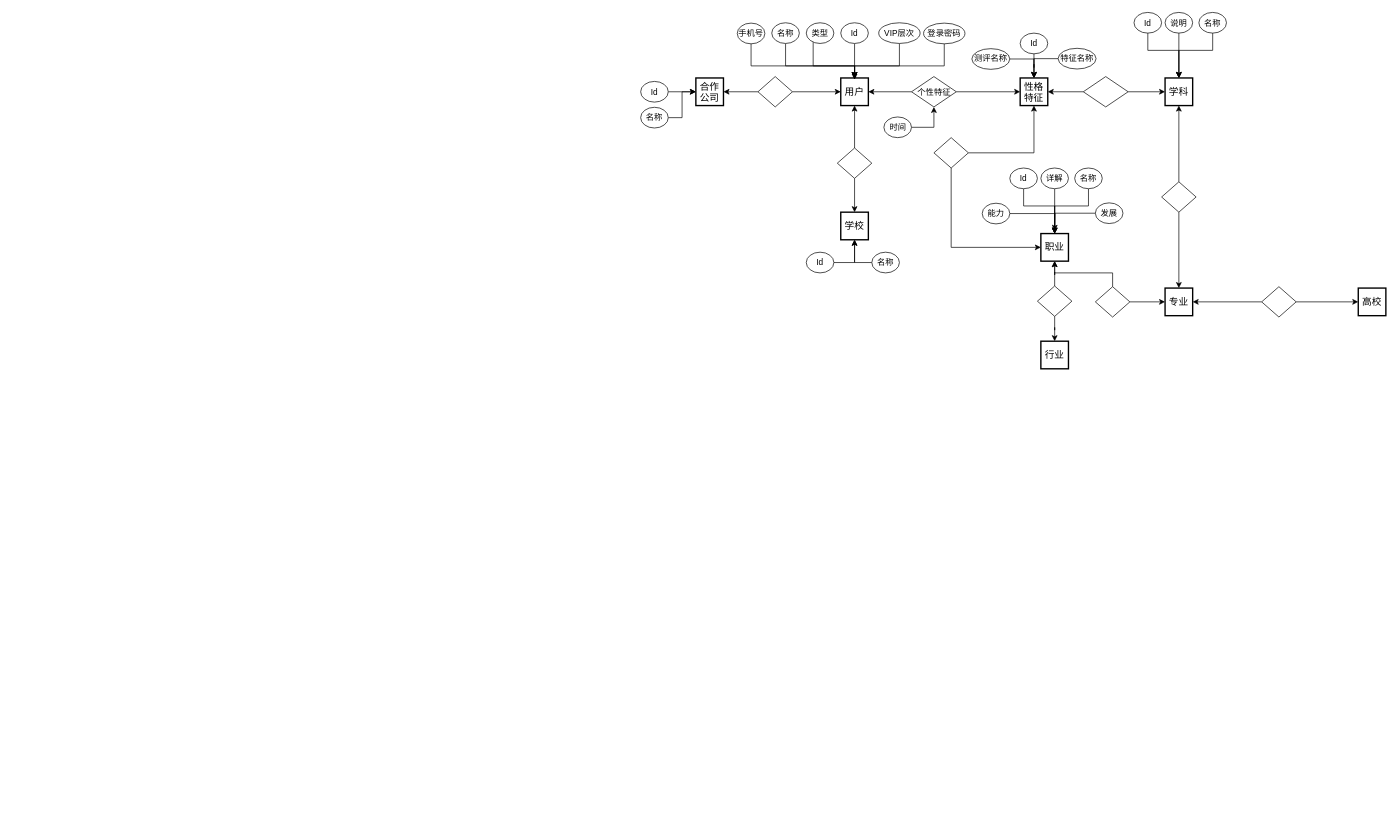
Above: ER.drawio in lry198010/ACES (draw.io), before the change. Source tidied: cells renumbered, new cells numbered last; positions are measured from the earlier drawing's top-left corner, leaving out a move shared by most shapes. Both pictures are drawn from the tidied source at 69%, with x=0, y=0 at pixel (640, 12).
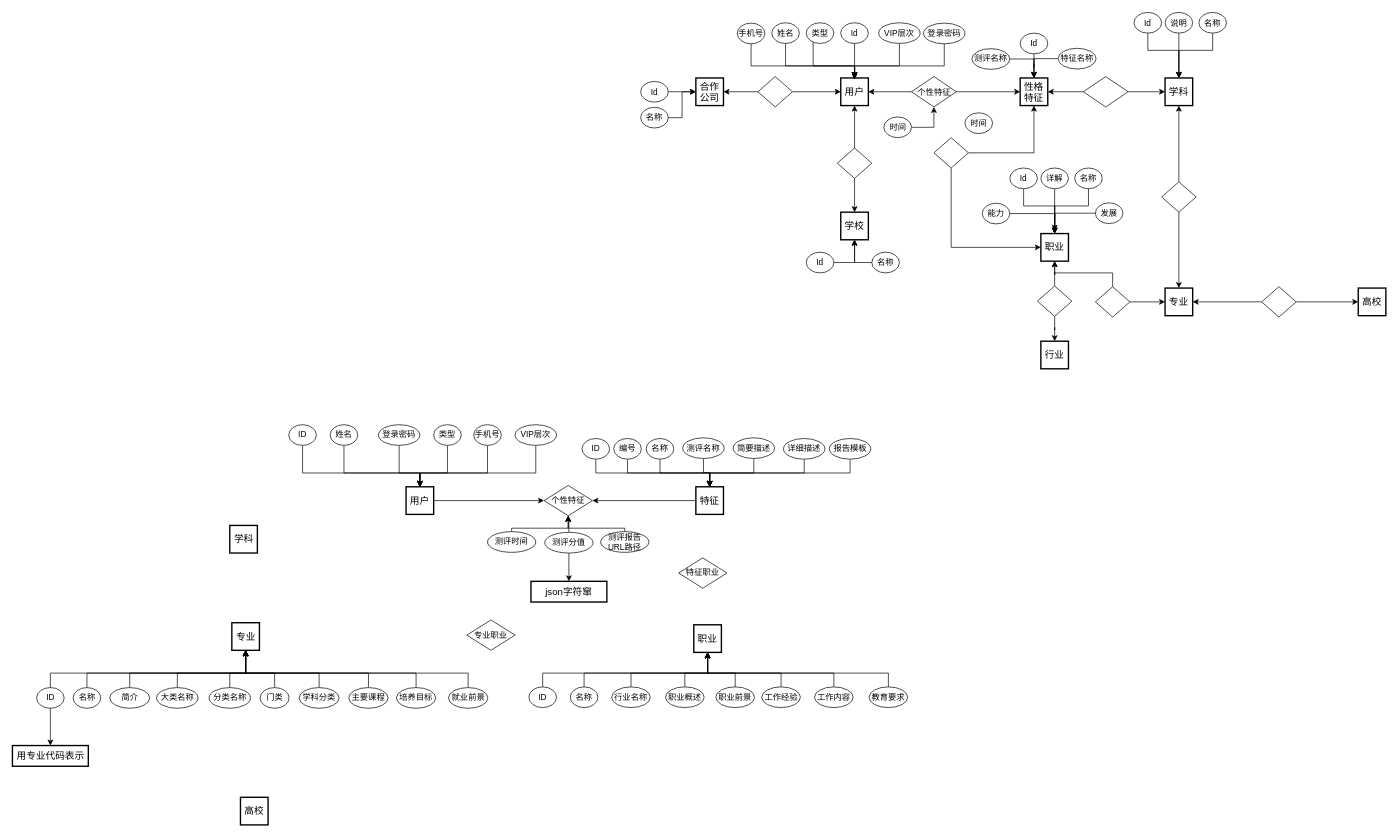
Above is the later version.

Commit message:
重新设计，添加选课报告系统的ER图. ER.drawio

The edit, as a diff of the source:
```diff
@@
-    <mxCell id="68" value="名称" style="ellipse;whiteSpace=wrap;html=1;" parent="1" vertex="1">
+    <mxCell id="68" value="姓名" style="ellipse;whiteSpace=wrap;html=1;" parent="1" vertex="1">
       <mxGeometry x="190" y="15.5" width="40" height="30" as="geometry" />
     </mxCell>
@@
+    <mxCell id="83" value="时间" style="ellipse;whiteSpace=wrap;html=1;" parent="1" vertex="1">
+      <mxGeometry x="470" y="146" width="40" height="30" as="geometry" />
+    </mxCell>
+    <mxCell id="84" style="edgeStyle=orthogonalEdgeStyle;rounded=0;jettySize=auto;html=1;entryX=1;entryY=0.5;entryDx=0;entryDy=0;" parent="1" edge="1" source="85" target="102">
+      <mxGeometry relative="1" as="geometry" />
+    </mxCell>
+    <mxCell id="85" value="特征" style="strokeWidth=2;whiteSpace=wrap;html=1;align=center;fontSize=14;" parent="1" vertex="1">
+      <mxGeometry x="80" y="688" width="40" height="40" as="geometry" />
+    </mxCell>
+    <mxCell id="86" style="edgeStyle=orthogonalEdgeStyle;rounded=0;jettySize=auto;html=1;entryX=0.5;entryY=0;entryDx=0;entryDy=0;" parent="1" edge="1" source="87" target="85">
+      <mxGeometry relative="1" as="geometry">
+        <Array as="points">
+          <mxPoint x="-65" y="668" />
+          <mxPoint x="100" y="668" />
+        </Array>
+      </mxGeometry>
+    </mxCell>
+    <mxCell id="87" value="ID" style="ellipse;whiteSpace=wrap;html=1;" parent="1" vertex="1">
+      <mxGeometry x="-85" y="618" width="40" height="30" as="geometry" />
+    </mxCell>
+    <mxCell id="88" style="edgeStyle=orthogonalEdgeStyle;rounded=0;jettySize=auto;html=1;entryX=0.5;entryY=0;entryDx=0;entryDy=0;" parent="1" edge="1" source="89" target="85">
+      <mxGeometry relative="1" as="geometry">
+        <Array as="points">
+          <mxPoint x="-19" y="668" />
+          <mxPoint x="100" y="668" />
+        </Array>
+      </mxGeometry>
+    </mxCell>
+    <mxCell id="89" value="编号" style="ellipse;whiteSpace=wrap;html=1;" parent="1" vertex="1">
+      <mxGeometry x="-39" y="618" width="40" height="30" as="geometry" />
+    </mxCell>
+    <mxCell id="90" style="edgeStyle=orthogonalEdgeStyle;rounded=0;jettySize=auto;html=1;entryX=0.5;entryY=0;entryDx=0;entryDy=0;" parent="1" edge="1" source="91" target="85">
+      <mxGeometry relative="1" as="geometry">
+        <Array as="points">
+          <mxPoint x="28" y="668" />
+          <mxPoint x="100" y="668" />
+        </Array>
+      </mxGeometry>
+    </mxCell>
+    <mxCell id="91" value="名称" style="ellipse;whiteSpace=wrap;html=1;" parent="1" vertex="1">
+      <mxGeometry x="8" y="618" width="40" height="30" as="geometry" />
+    </mxCell>
+    <mxCell id="92" style="edgeStyle=orthogonalEdgeStyle;rounded=0;jettySize=auto;html=1;entryX=0.5;entryY=0;entryDx=0;entryDy=0;" parent="1" edge="1" source="93" target="85">
+      <mxGeometry relative="1" as="geometry" />
+    </mxCell>
+    <mxCell id="93" value="测评名称" style="ellipse;whiteSpace=wrap;html=1;" parent="1" vertex="1">
+      <mxGeometry x="61" y="617" width="60" height="30" as="geometry" />
+    </mxCell>
+    <mxCell id="94" style="edgeStyle=orthogonalEdgeStyle;rounded=0;jettySize=auto;html=1;" parent="1" edge="1" source="95" target="85">
+      <mxGeometry relative="1" as="geometry">
+        <Array as="points">
+          <mxPoint x="164" y="668" />
+          <mxPoint x="100" y="668" />
+        </Array>
+      </mxGeometry>
+    </mxCell>
+    <mxCell id="95" value="简要描述" style="ellipse;whiteSpace=wrap;html=1;" parent="1" vertex="1">
+      <mxGeometry x="134" y="617" width="60" height="30" as="geometry" />
+    </mxCell>
+    <mxCell id="96" style="edgeStyle=orthogonalEdgeStyle;rounded=0;jettySize=auto;html=1;entryX=0.5;entryY=0;entryDx=0;entryDy=0;" parent="1" edge="1" source="97" target="85">
+      <mxGeometry relative="1" as="geometry">
+        <Array as="points">
+          <mxPoint x="237" y="668" />
+          <mxPoint x="100" y="668" />
+        </Array>
+      </mxGeometry>
+    </mxCell>
+    <mxCell id="97" value="详细描述" style="ellipse;whiteSpace=wrap;html=1;" parent="1" vertex="1">
+      <mxGeometry x="207" y="618" width="60" height="30" as="geometry" />
+    </mxCell>
+    <mxCell id="98" style="edgeStyle=orthogonalEdgeStyle;rounded=0;jettySize=auto;html=1;entryX=0.5;entryY=0;entryDx=0;entryDy=0;" parent="1" edge="1" source="99" target="85">
+      <mxGeometry relative="1" as="geometry">
+        <Array as="points">
+          <mxPoint x="304" y="668" />
+          <mxPoint x="100" y="668" />
+        </Array>
+      </mxGeometry>
+    </mxCell>
+    <mxCell id="99" value="报告模板" style="ellipse;whiteSpace=wrap;html=1;" parent="1" vertex="1">
+      <mxGeometry x="273.5" y="618" width="60" height="30" as="geometry" />
+    </mxCell>
+    <mxCell id="100" style="edgeStyle=orthogonalEdgeStyle;rounded=0;jettySize=auto;html=1;entryX=0;entryY=0.5;entryDx=0;entryDy=0;" parent="1" edge="1" source="101" target="102">
+      <mxGeometry relative="1" as="geometry" />
+    </mxCell>
+    <mxCell id="101" value="用户" style="strokeWidth=2;whiteSpace=wrap;html=1;align=center;fontSize=14;" parent="1" vertex="1">
+      <mxGeometry x="-340" y="688" width="40" height="40" as="geometry" />
+    </mxCell>
+    <mxCell id="102" value="个性特征" style="rhombus;whiteSpace=wrap;html=1;" parent="1" vertex="1">
+      <mxGeometry x="-140" y="686" width="70" height="44" as="geometry" />
+    </mxCell>
+    <mxCell id="103" style="edgeStyle=orthogonalEdgeStyle;rounded=0;jettySize=auto;html=1;entryX=0.5;entryY=1;entryDx=0;entryDy=0;" parent="1" edge="1" source="104" target="102">
+      <mxGeometry relative="1" as="geometry">
+        <Array as="points">
+          <mxPoint x="-187" y="748" />
+          <mxPoint x="-105" y="748" />
+        </Array>
+      </mxGeometry>
+    </mxCell>
+    <mxCell id="104" value="测评时间" style="ellipse;whiteSpace=wrap;html=1;" parent="1" vertex="1">
+      <mxGeometry x="-222" y="753" width="70" height="30" as="geometry" />
+    </mxCell>
+    <mxCell id="105" style="edgeStyle=orthogonalEdgeStyle;rounded=0;jettySize=auto;html=1;entryX=0.5;entryY=1;entryDx=0;entryDy=0;" parent="1" edge="1" source="106" target="102">
+      <mxGeometry relative="1" as="geometry">
+        <Array as="points">
+          <mxPoint x="-23" y="748" />
+          <mxPoint x="-105" y="748" />
+        </Array>
+      </mxGeometry>
+    </mxCell>
+    <mxCell id="106" value="测评报告URL路径" style="ellipse;whiteSpace=wrap;html=1;" parent="1" vertex="1">
+      <mxGeometry x="-58" y="753" width="70" height="30" as="geometry" />
+    </mxCell>
+    <mxCell id="107" style="edgeStyle=orthogonalEdgeStyle;rounded=0;jettySize=auto;html=1;entryX=0.5;entryY=1;entryDx=0;entryDy=0;" parent="1" edge="1" source="109" target="102">
+      <mxGeometry relative="1" as="geometry" />
+    </mxCell>
+    <mxCell id="108" style="edgeStyle=orthogonalEdgeStyle;rounded=0;jettySize=auto;html=1;entryX=0.5;entryY=0;entryDx=0;entryDy=0;" parent="1" edge="1" source="109" target="166">
+      <mxGeometry relative="1" as="geometry" />
+    </mxCell>
+    <mxCell id="109" value="测评分值" style="ellipse;whiteSpace=wrap;html=1;" parent="1" vertex="1">
+      <mxGeometry x="-139" y="754" width="70" height="30" as="geometry" />
+    </mxCell>
+    <mxCell id="110" style="edgeStyle=orthogonalEdgeStyle;rounded=0;jettySize=auto;html=1;entryX=0.5;entryY=0;entryDx=0;entryDy=0;" parent="1" edge="1" source="111" target="101">
+      <mxGeometry relative="1" as="geometry">
+        <Array as="points">
+          <mxPoint x="-490" y="668" />
+          <mxPoint x="-320" y="668" />
+        </Array>
+      </mxGeometry>
+    </mxCell>
+    <mxCell id="111" value="ID" style="ellipse;whiteSpace=wrap;html=1;" parent="1" vertex="1">
+      <mxGeometry x="-510" y="598" width="40" height="30" as="geometry" />
+    </mxCell>
+    <mxCell id="112" style="edgeStyle=orthogonalEdgeStyle;rounded=0;jettySize=auto;html=1;entryX=0.5;entryY=0;entryDx=0;entryDy=0;" parent="1" edge="1" source="113" target="101">
+      <mxGeometry relative="1" as="geometry">
+        <Array as="points">
+          <mxPoint x="-280" y="668" />
+          <mxPoint x="-320" y="668" />
+        </Array>
+      </mxGeometry>
+    </mxCell>
+    <mxCell id="113" value="类型" style="ellipse;whiteSpace=wrap;html=1;" parent="1" vertex="1">
+      <mxGeometry x="-300" y="598" width="40" height="30" as="geometry" />
+    </mxCell>
+    <mxCell id="114" style="edgeStyle=orthogonalEdgeStyle;rounded=0;jettySize=auto;html=1;entryX=0.5;entryY=0;entryDx=0;entryDy=0;" parent="1" edge="1" source="115" target="101">
+      <mxGeometry relative="1" as="geometry">
+        <Array as="points">
+          <mxPoint x="-152" y="668" />
+          <mxPoint x="-320" y="668" />
+        </Array>
+      </mxGeometry>
+    </mxCell>
+    <mxCell id="115" value="VIP层次" style="ellipse;whiteSpace=wrap;html=1;" parent="1" vertex="1">
+      <mxGeometry x="-182" y="598" width="60" height="30" as="geometry" />
+    </mxCell>
+    <mxCell id="116" style="edgeStyle=orthogonalEdgeStyle;rounded=0;jettySize=auto;html=1;" parent="1" edge="1" source="117" target="101">
+      <mxGeometry relative="1" as="geometry">
+        <Array as="points">
+          <mxPoint x="-430" y="668" />
+          <mxPoint x="-320" y="668" />
+        </Array>
+      </mxGeometry>
+    </mxCell>
+    <mxCell id="117" value="姓名" style="ellipse;whiteSpace=wrap;html=1;" parent="1" vertex="1">
+      <mxGeometry x="-450" y="598" width="40" height="30" as="geometry" />
+    </mxCell>
+    <mxCell id="118" style="edgeStyle=orthogonalEdgeStyle;rounded=0;jettySize=auto;html=1;entryX=0.5;entryY=0;entryDx=0;entryDy=0;" parent="1" edge="1" source="119" target="101">
+      <mxGeometry relative="1" as="geometry">
+        <Array as="points">
+          <mxPoint x="-350" y="668" />
+          <mxPoint x="-320" y="668" />
+        </Array>
+      </mxGeometry>
+    </mxCell>
+    <mxCell id="119" value="登录密码" style="ellipse;whiteSpace=wrap;html=1;" parent="1" vertex="1">
+      <mxGeometry x="-380" y="598" width="60" height="30" as="geometry" />
+    </mxCell>
+    <mxCell id="120" style="edgeStyle=orthogonalEdgeStyle;rounded=0;jettySize=auto;html=1;entryX=0.5;entryY=0;entryDx=0;entryDy=0;" parent="1" edge="1" source="121" target="101">
+      <mxGeometry relative="1" as="geometry">
+        <Array as="points">
+          <mxPoint x="-222" y="668" />
+          <mxPoint x="-320" y="668" />
+        </Array>
+      </mxGeometry>
+    </mxCell>
+    <mxCell id="121" value="手机号" style="ellipse;whiteSpace=wrap;html=1;" parent="1" vertex="1">
+      <mxGeometry x="-242" y="598" width="40" height="30" as="geometry" />
+    </mxCell>
+    <mxCell id="122" value="职业" style="strokeWidth=2;whiteSpace=wrap;html=1;align=center;fontSize=14;" parent="1" vertex="1">
+      <mxGeometry x="77" y="888" width="40" height="40" as="geometry" />
+    </mxCell>
+    <mxCell id="123" style="edgeStyle=orthogonalEdgeStyle;rounded=0;jettySize=auto;html=1;entryX=0.5;entryY=1;entryDx=0;entryDy=0;" parent="1" edge="1" source="124" target="122">
+      <mxGeometry relative="1" as="geometry">
+        <Array as="points">
+          <mxPoint x="-14" y="958" />
+          <mxPoint x="97" y="958" />
+        </Array>
+      </mxGeometry>
+    </mxCell>
+    <mxCell id="124" value="行业名称" style="ellipse;whiteSpace=wrap;html=1;" parent="1" vertex="1">
+      <mxGeometry x="-42" y="978" width="56" height="30" as="geometry" />
+    </mxCell>
+    <mxCell id="125" style="edgeStyle=orthogonalEdgeStyle;rounded=0;jettySize=auto;html=1;entryX=0.5;entryY=1;entryDx=0;entryDy=0;" parent="1" edge="1" source="126" target="122">
+      <mxGeometry relative="1" as="geometry">
+        <Array as="points">
+          <mxPoint x="-142" y="958" />
+          <mxPoint x="97" y="958" />
+        </Array>
+      </mxGeometry>
+    </mxCell>
+    <mxCell id="126" value="ID" style="ellipse;whiteSpace=wrap;html=1;" parent="1" vertex="1">
+      <mxGeometry x="-162" y="978" width="40" height="30" as="geometry" />
+    </mxCell>
+    <mxCell id="127" style="edgeStyle=orthogonalEdgeStyle;rounded=0;jettySize=auto;html=1;entryX=0.5;entryY=1;entryDx=0;entryDy=0;" parent="1" edge="1" source="128" target="122">
+      <mxGeometry relative="1" as="geometry">
+        <Array as="points">
+          <mxPoint x="-82" y="958" />
+          <mxPoint x="97" y="958" />
+        </Array>
+      </mxGeometry>
+    </mxCell>
+    <mxCell id="128" value="名称" style="ellipse;whiteSpace=wrap;html=1;" parent="1" vertex="1">
+      <mxGeometry x="-102" y="978" width="40" height="30" as="geometry" />
+    </mxCell>
+    <mxCell id="129" style="edgeStyle=orthogonalEdgeStyle;rounded=0;jettySize=auto;html=1;entryX=0.5;entryY=1;entryDx=0;entryDy=0;" parent="1" edge="1" source="130" target="122">
+      <mxGeometry relative="1" as="geometry">
+        <Array as="points">
+          <mxPoint x="137" y="958" />
+          <mxPoint x="97" y="958" />
+        </Array>
+      </mxGeometry>
+    </mxCell>
+    <mxCell id="130" value="职业前景" style="ellipse;whiteSpace=wrap;html=1;" parent="1" vertex="1">
+      <mxGeometry x="109" y="978" width="56" height="30" as="geometry" />
+    </mxCell>
+    <mxCell id="131" style="edgeStyle=orthogonalEdgeStyle;rounded=0;jettySize=auto;html=1;entryX=0.5;entryY=1;entryDx=0;entryDy=0;" parent="1" edge="1" source="132" target="122">
+      <mxGeometry relative="1" as="geometry">
+        <Array as="points">
+          <mxPoint x="64" y="958" />
+          <mxPoint x="97" y="958" />
+        </Array>
+      </mxGeometry>
+    </mxCell>
+    <mxCell id="132" value="职业概述" style="ellipse;whiteSpace=wrap;html=1;" parent="1" vertex="1">
+      <mxGeometry x="36" y="978" width="56" height="30" as="geometry" />
+    </mxCell>
+    <mxCell id="133" style="edgeStyle=orthogonalEdgeStyle;rounded=0;jettySize=auto;html=1;entryX=0.5;entryY=1;entryDx=0;entryDy=0;" parent="1" edge="1" source="134" target="122">
+      <mxGeometry relative="1" as="geometry">
+        <Array as="points">
+          <mxPoint x="359" y="958" />
+          <mxPoint x="97" y="958" />
+        </Array>
+      </mxGeometry>
+    </mxCell>
+    <mxCell id="134" value="教育要求" style="ellipse;whiteSpace=wrap;html=1;" parent="1" vertex="1">
+      <mxGeometry x="331" y="978" width="56" height="30" as="geometry" />
+    </mxCell>
+    <mxCell id="135" style="edgeStyle=orthogonalEdgeStyle;rounded=0;jettySize=auto;html=1;entryX=0.5;entryY=1;entryDx=0;entryDy=0;" parent="1" edge="1" source="136" target="122">
+      <mxGeometry relative="1" as="geometry">
+        <Array as="points">
+          <mxPoint x="204" y="958" />
+          <mxPoint x="97" y="958" />
+        </Array>
+      </mxGeometry>
+    </mxCell>
+    <mxCell id="136" value="工作经验" style="ellipse;whiteSpace=wrap;html=1;" parent="1" vertex="1">
+      <mxGeometry x="175.5" y="978" width="56" height="30" as="geometry" />
+    </mxCell>
+    <mxCell id="137" style="edgeStyle=orthogonalEdgeStyle;rounded=0;jettySize=auto;html=1;entryX=0.5;entryY=1;entryDx=0;entryDy=0;" parent="1" edge="1" source="138" target="122">
+      <mxGeometry relative="1" as="geometry">
+        <Array as="points">
+          <mxPoint x="280" y="958" />
+          <mxPoint x="97" y="958" />
+        </Array>
+      </mxGeometry>
+    </mxCell>
+    <mxCell id="138" value="工作内容" style="ellipse;whiteSpace=wrap;html=1;" parent="1" vertex="1">
+      <mxGeometry x="252" y="978" width="56" height="30" as="geometry" />
+    </mxCell>
+    <mxCell id="139" value="特征职业" style="rhombus;whiteSpace=wrap;html=1;" parent="1" vertex="1">
+      <mxGeometry x="55" y="791" width="70" height="44" as="geometry" />
+    </mxCell>
+    <mxCell id="140" value="专业" style="strokeWidth=2;whiteSpace=wrap;html=1;align=center;fontSize=14;" parent="1" vertex="1">
+      <mxGeometry x="-592.5" y="885" width="40" height="40" as="geometry" />
+    </mxCell>
+    <mxCell id="141" style="edgeStyle=orthogonalEdgeStyle;rounded=0;jettySize=auto;html=1;" parent="1" edge="1" source="143" target="150">
+      <mxGeometry relative="1" as="geometry" />
+    </mxCell>
+    <mxCell id="142" style="edgeStyle=orthogonalEdgeStyle;rounded=0;jettySize=auto;html=1;entryX=0.5;entryY=1;entryDx=0;entryDy=0;" parent="1" edge="1" source="143" target="140">
+      <mxGeometry relative="1" as="geometry">
+        <Array as="points">
+          <mxPoint x="-855" y="958" />
+          <mxPoint x="-572" y="958" />
+        </Array>
+      </mxGeometry>
+    </mxCell>
+    <mxCell id="143" value="ID" style="ellipse;whiteSpace=wrap;html=1;" parent="1" vertex="1">
+      <mxGeometry x="-875.5" y="979" width="40" height="30" as="geometry" />
+    </mxCell>
+    <mxCell id="144" style="edgeStyle=orthogonalEdgeStyle;rounded=0;jettySize=auto;html=1;entryX=0.5;entryY=1;entryDx=0;entryDy=0;" parent="1" edge="1" source="145" target="140">
+      <mxGeometry relative="1" as="geometry">
+        <Array as="points">
+          <mxPoint x="-802" y="958" />
+          <mxPoint x="-572" y="958" />
+        </Array>
+      </mxGeometry>
+    </mxCell>
+    <mxCell id="145" value="名称" style="ellipse;whiteSpace=wrap;html=1;" parent="1" vertex="1">
+      <mxGeometry x="-822.5" y="979" width="40" height="30" as="geometry" />
+    </mxCell>
+    <mxCell id="146" style="edgeStyle=orthogonalEdgeStyle;rounded=0;jettySize=auto;html=1;entryX=0.5;entryY=1;entryDx=0;entryDy=0;" parent="1" edge="1" source="147" target="140">
+      <mxGeometry relative="1" as="geometry">
+        <Array as="points">
+          <mxPoint x="-671" y="958" />
+          <mxPoint x="-572" y="958" />
+        </Array>
+      </mxGeometry>
+    </mxCell>
+    <mxCell id="147" value="大类名称" style="ellipse;whiteSpace=wrap;html=1;" parent="1" vertex="1">
+      <mxGeometry x="-701.5" y="979" width="60" height="30" as="geometry" />
+    </mxCell>
+    <mxCell id="148" style="edgeStyle=orthogonalEdgeStyle;rounded=0;jettySize=auto;html=1;entryX=0.5;entryY=1;entryDx=0;entryDy=0;" parent="1" edge="1" source="149" target="140">
+      <mxGeometry relative="1" as="geometry">
+        <Array as="points">
+          <mxPoint x="-595" y="958" />
+          <mxPoint x="-572" y="958" />
+        </Array>
+      </mxGeometry>
+    </mxCell>
+    <mxCell id="149" value="分类名称" style="ellipse;whiteSpace=wrap;html=1;" parent="1" vertex="1">
+      <mxGeometry x="-625.5" y="979" width="60" height="30" as="geometry" />
+    </mxCell>
+    <mxCell id="150" value="用专业代码表示" style="strokeWidth=2;whiteSpace=wrap;html=1;align=center;fontSize=14;" parent="1" vertex="1">
+      <mxGeometry x="-910.5" y="1063" width="110" height="30" as="geometry" />
+    </mxCell>
+    <mxCell id="151" style="edgeStyle=orthogonalEdgeStyle;rounded=0;jettySize=auto;html=1;entryX=0.5;entryY=1;entryDx=0;entryDy=0;" parent="1" edge="1" source="152" target="140">
+      <mxGeometry relative="1" as="geometry">
+        <Array as="points">
+          <mxPoint x="-530" y="958" />
+          <mxPoint x="-572" y="958" />
+        </Array>
+      </mxGeometry>
+    </mxCell>
+    <mxCell id="152" value="门类" style="ellipse;whiteSpace=wrap;html=1;" parent="1" vertex="1">
+      <mxGeometry x="-551.5" y="979" width="42" height="30" as="geometry" />
+    </mxCell>
+    <mxCell id="153" style="edgeStyle=orthogonalEdgeStyle;rounded=0;jettySize=auto;html=1;entryX=0.5;entryY=1;entryDx=0;entryDy=0;" parent="1" edge="1" source="154" target="140">
+      <mxGeometry relative="1" as="geometry">
+        <Array as="points">
+          <mxPoint x="-740" y="958" />
+          <mxPoint x="-572" y="958" />
+        </Array>
+      </mxGeometry>
+    </mxCell>
+    <mxCell id="154" value="简介" style="ellipse;whiteSpace=wrap;html=1;" parent="1" vertex="1">
+      <mxGeometry x="-769.5" y="979" width="58" height="30" as="geometry" />
+    </mxCell>
+    <mxCell id="155" style="edgeStyle=orthogonalEdgeStyle;rounded=0;jettySize=auto;html=1;entryX=0.5;entryY=1;entryDx=0;entryDy=0;" parent="1" edge="1" source="156" target="140">
+      <mxGeometry relative="1" as="geometry">
+        <Array as="points">
+          <mxPoint x="-394" y="958" />
+          <mxPoint x="-572" y="958" />
+        </Array>
+      </mxGeometry>
+    </mxCell>
+    <mxCell id="156" value="主要课程" style="ellipse;whiteSpace=wrap;html=1;" parent="1" vertex="1">
+      <mxGeometry x="-423" y="979" width="57" height="30" as="geometry" />
+    </mxCell>
+    <mxCell id="157" style="edgeStyle=orthogonalEdgeStyle;rounded=0;jettySize=auto;html=1;entryX=0.5;entryY=1;entryDx=0;entryDy=0;" parent="1" edge="1" source="158" target="140">
+      <mxGeometry relative="1" as="geometry">
+        <Array as="points">
+          <mxPoint x="-325" y="958" />
+          <mxPoint x="-572" y="958" />
+        </Array>
+      </mxGeometry>
+    </mxCell>
+    <mxCell id="158" value="培养目标" style="ellipse;whiteSpace=wrap;html=1;" parent="1" vertex="1">
+      <mxGeometry x="-354" y="979" width="57" height="30" as="geometry" />
+    </mxCell>
+    <mxCell id="159" style="edgeStyle=orthogonalEdgeStyle;rounded=0;jettySize=auto;html=1;entryX=0.5;entryY=1;entryDx=0;entryDy=0;" parent="1" edge="1" source="160" target="140">
+      <mxGeometry relative="1" as="geometry">
+        <Array as="points">
+          <mxPoint x="-250" y="958" />
+          <mxPoint x="-572" y="958" />
+        </Array>
+      </mxGeometry>
+    </mxCell>
+    <mxCell id="160" value="就业前景" style="ellipse;whiteSpace=wrap;html=1;" parent="1" vertex="1">
+      <mxGeometry x="-278.5" y="979" width="57" height="30" as="geometry" />
+    </mxCell>
+    <mxCell id="161" value="高校" style="strokeWidth=2;whiteSpace=wrap;html=1;align=center;fontSize=14;" parent="1" vertex="1">
+      <mxGeometry x="-580" y="1138" width="40" height="40" as="geometry" />
+    </mxCell>
+    <mxCell id="162" value="学科" style="strokeWidth=2;whiteSpace=wrap;html=1;align=center;fontSize=14;" parent="1" vertex="1">
+      <mxGeometry x="-595.5" y="744" width="40" height="40" as="geometry" />
+    </mxCell>
+    <mxCell id="163" style="edgeStyle=orthogonalEdgeStyle;rounded=0;jettySize=auto;html=1;entryX=0.5;entryY=1;entryDx=0;entryDy=0;" parent="1" edge="1" source="164" target="140">
+      <mxGeometry relative="1" as="geometry">
+        <Array as="points">
+          <mxPoint x="-466" y="958" />
+          <mxPoint x="-572" y="958" />
+        </Array>
+      </mxGeometry>
+    </mxCell>
+    <mxCell id="164" value="学科分类" style="ellipse;whiteSpace=wrap;html=1;" parent="1" vertex="1">
+      <mxGeometry x="-495" y="979" width="58" height="30" as="geometry" />
+    </mxCell>
+    <mxCell id="165" value="专业职业" style="rhombus;whiteSpace=wrap;html=1;" parent="1" vertex="1">
+      <mxGeometry x="-252" y="881" width="70" height="44" as="geometry" />
+    </mxCell>
+    <mxCell id="166" value="json字符窜" style="strokeWidth=2;whiteSpace=wrap;html=1;align=center;fontSize=14;" parent="1" vertex="1">
+      <mxGeometry x="-159" y="825" width="110" height="30" as="geometry" />
+    </mxCell>
```
